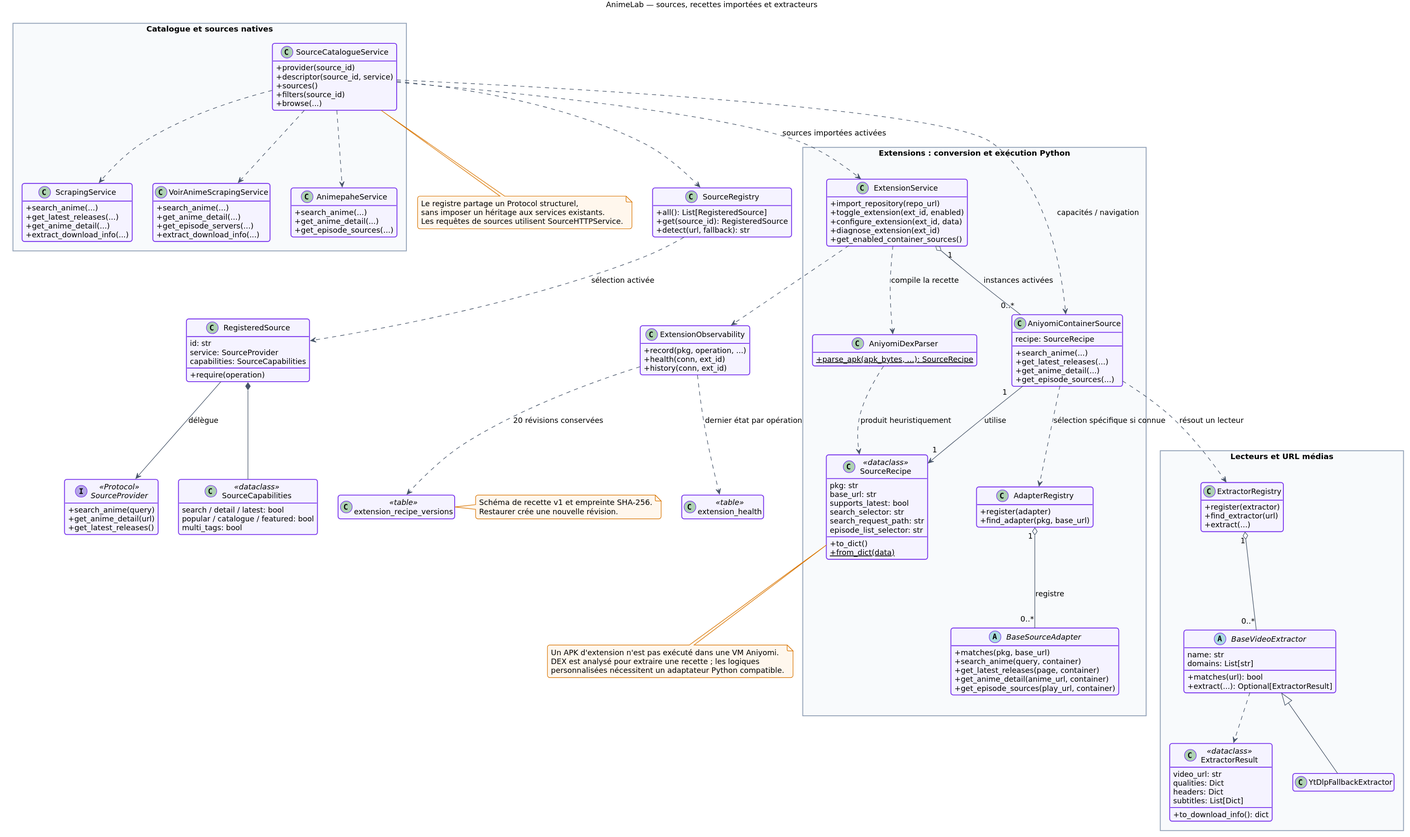
This is docs/architecture/svg/03-classes-sources.svg from loeuf237/animan-python, a PlantUML export, as it was before one commit.
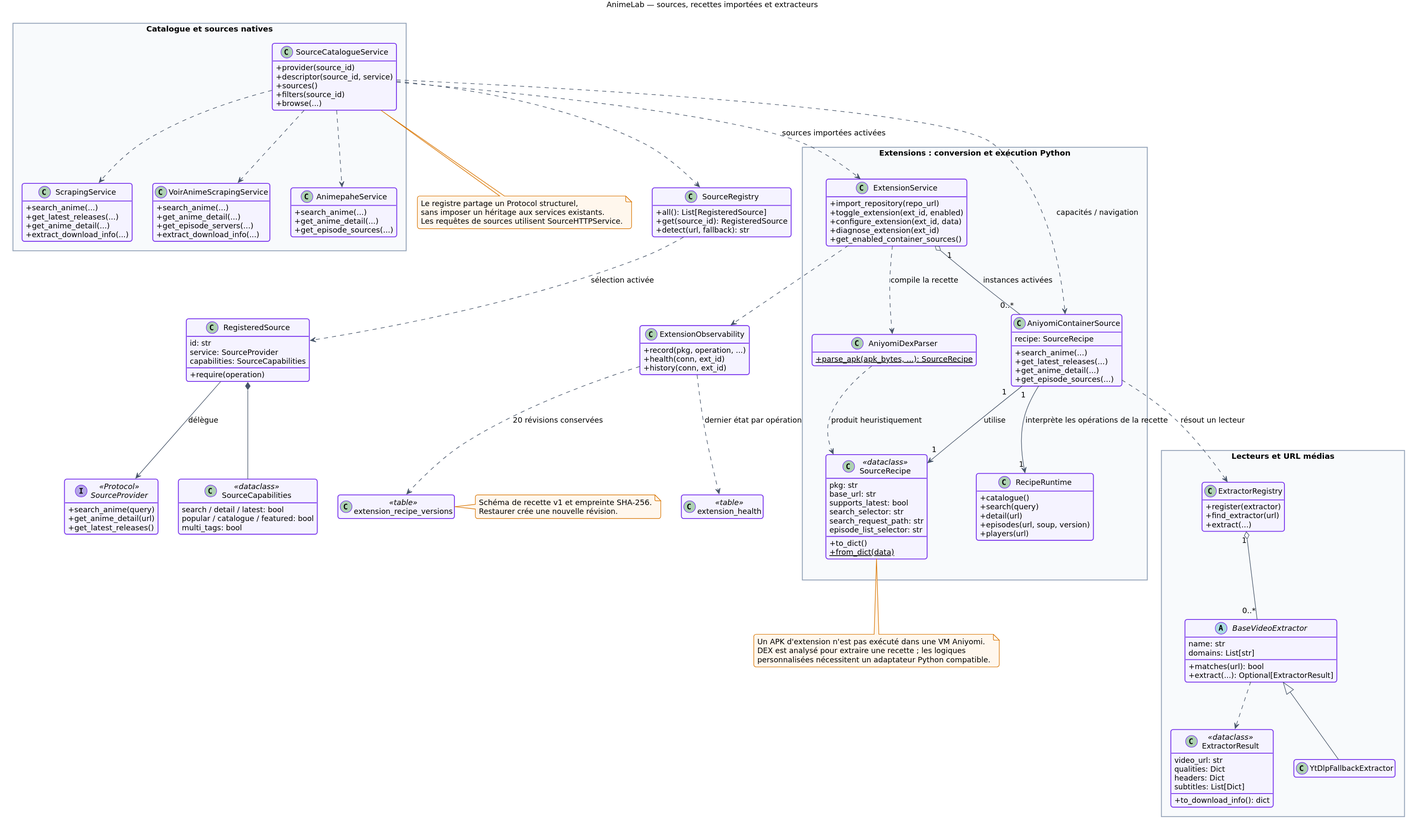
After the change.

Diff of the diagram source:
```diff
@@ -82,23 +82,18 @@
     +get_anime_detail(...)
     +get_episode_sources(...)
   }
-  abstract class BaseSourceAdapter {
-    +matches(pkg, base_url)
-    +search_anime(query, container)
-    +get_latest_releases(page, container)
-    +get_anime_detail(anime_url, container)
-    +get_episode_sources(play_url, container)
-  }
-  class AdapterRegistry {
-    +register(adapter)
-    +find_adapter(pkg, base_url)
+  class RecipeRuntime {
+    +catalogue()
+    +search(query)
+    +detail(url)
+    +episodes(url, soup, version)
+    +players(url)
   }
   ExtensionService ..> AniyomiDexParser : compile la recette
   AniyomiDexParser ..> SourceRecipe : produit heuristiquement
   ExtensionService "1" o-- "0..*" AniyomiContainerSource : instances activées
   AniyomiContainerSource "1" --> "1" SourceRecipe : utilise
-  AniyomiContainerSource ..> AdapterRegistry : sélection spécifique si connue
-  AdapterRegistry "1" o-- "0..*" BaseSourceAdapter : registre
+  AniyomiContainerSource "1" --> "1" RecipeRuntime : interprète les opérations de la recette
   SourceCatalogueService ..> ExtensionService : sources importées activées
   SourceCatalogueService ..> AniyomiContainerSource : capacités / navigation
 }
```
